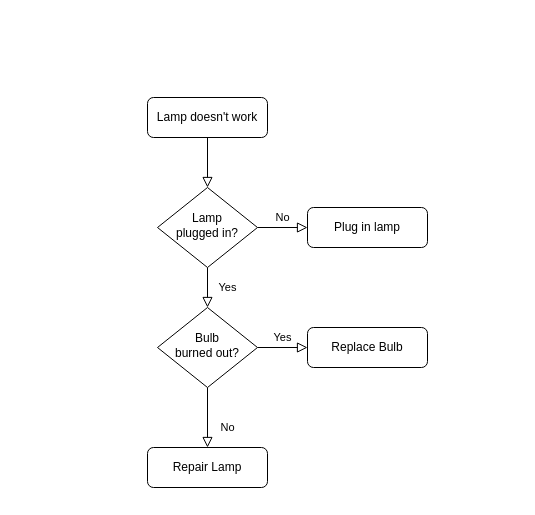
Before: Untitled Diagram.drawio in lawplus/diagrams, a draw.io diagram. Source tidied: cells renumbered, new cells numbered last; positions are measured from the earlier drawing's top-left corner, leaving out a move shared by most shapes. Both pictures are drawn from the tidied source at 100%, with x=0, y=0 at pixel (147, 97).
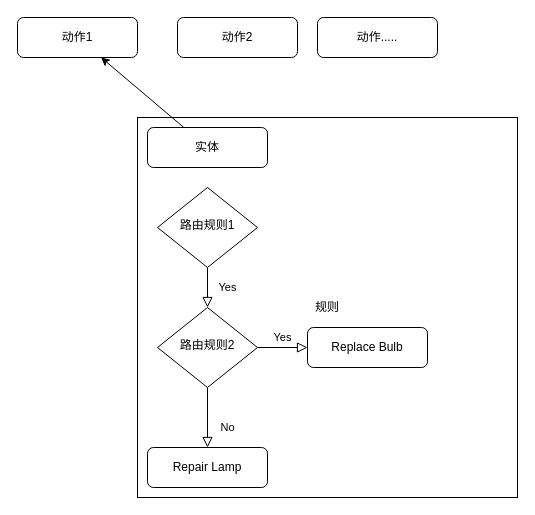
Above is the later version.

The edit, as a diff of the source:
```diff
@@
 <mxGraphModel>
   <root>
     <mxCell id="0" />
     <mxCell id="1" parent="0" />
-    <mxCell id="2" style="rounded=0;html=1;jettySize=auto;fontSize=11;endArrow=block;endFill=0;endSize=8;strokeWidth=1;shadow=0;labelBackgroundColor=none;edgeStyle=orthogonalEdgeStyle;" parent="1" edge="1" source="3" target="6">
-      <mxGeometry relative="1" as="geometry" />
-    </mxCell>
+    <mxCell id="13" value="规则" style="whiteSpace=wrap;html=1;" parent="1" vertex="1">
+      <mxGeometry x="-10" y="20" width="380" height="380" as="geometry" />
+    </mxCell>
+    <mxCell id="14" style="rounded=0;jettySize=auto;html=1;" parent="1" edge="1" source="3" target="7">
+      <mxGeometry relative="1" as="geometry" />
+    </mxCell>
-    <mxCell id="3" value="Lamp doesn't work" style="rounded=1;whiteSpace=wrap;html=1;fontSize=12;glass=0;strokeWidth=1;shadow=0;" parent="1" vertex="1">
-      <mxGeometry width="120" height="40" as="geometry" />
+    <mxCell id="3" value="实体" style="rounded=1;whiteSpace=wrap;html=1;fontSize=12;glass=0;strokeWidth=1;shadow=0;" parent="1" vertex="1">
+      <mxGeometry y="30" width="120" height="40" as="geometry" />
     </mxCell>
     <mxCell id="4" value="Yes" style="rounded=0;html=1;jettySize=auto;fontSize=11;endArrow=block;endFill=0;endSize=8;strokeWidth=1;shadow=0;labelBackgroundColor=none;edgeStyle=orthogonalEdgeStyle;" parent="1" edge="1" source="6" target="10">
       <mxGeometry y="20" relative="1" as="geometry" />
     </mxCell>
-    <mxCell id="5" value="No" style="edgeStyle=orthogonalEdgeStyle;rounded=0;html=1;jettySize=auto;fontSize=11;endArrow=block;endFill=0;endSize=8;strokeWidth=1;shadow=0;labelBackgroundColor=none;" parent="1" edge="1" source="6" target="7">
-      <mxGeometry y="10" relative="1" as="geometry" />
-    </mxCell>
-    <mxCell id="6" value="Lamp&lt;br&gt;plugged in?" style="rhombus;whiteSpace=wrap;html=1;shadow=0;fontFamily=Helvetica;fontSize=12;align=center;strokeWidth=1;spacing=6;spacingTop=-4;" parent="1" vertex="1">
+    <mxCell id="6" value="路由规则1" style="rhombus;whiteSpace=wrap;html=1;shadow=0;fontFamily=Helvetica;fontSize=12;align=center;strokeWidth=1;spacing=6;spacingTop=-4;" parent="1" vertex="1">
       <mxGeometry x="10" y="90" width="100" height="80" as="geometry" />
     </mxCell>
-    <mxCell id="7" value="Plug in lamp" style="rounded=1;whiteSpace=wrap;html=1;fontSize=12;glass=0;strokeWidth=1;shadow=0;" parent="1" vertex="1">
-      <mxGeometry x="160" y="110" width="120" height="40" as="geometry" />
+    <mxCell id="7" value="动作1" style="rounded=1;whiteSpace=wrap;html=1;fontSize=12;glass=0;strokeWidth=1;shadow=0;" parent="1" vertex="1">
+      <mxGeometry x="-130" y="-80" width="120" height="40" as="geometry" />
     </mxCell>
     <mxCell id="8" value="No" style="rounded=0;html=1;jettySize=auto;fontSize=11;endArrow=block;endFill=0;endSize=8;strokeWidth=1;shadow=0;labelBackgroundColor=none;edgeStyle=orthogonalEdgeStyle;" parent="1" edge="1" source="10" target="11">
       <mxGeometry x="0.33" y="20" relative="1" as="geometry" />
     </mxCell>
     <mxCell id="9" value="Yes" style="edgeStyle=orthogonalEdgeStyle;rounded=0;html=1;jettySize=auto;fontSize=11;endArrow=block;endFill=0;endSize=8;strokeWidth=1;shadow=0;labelBackgroundColor=none;" parent="1" edge="1" source="10" target="12">
       <mxGeometry y="10" relative="1" as="geometry" />
     </mxCell>
-    <mxCell id="10" value="Bulb&lt;br&gt;burned out?" style="rhombus;whiteSpace=wrap;html=1;shadow=0;fontFamily=Helvetica;fontSize=12;align=center;strokeWidth=1;spacing=6;spacingTop=-4;" parent="1" vertex="1">
+    <mxCell id="10" value="路由规则2" style="rhombus;whiteSpace=wrap;html=1;shadow=0;fontFamily=Helvetica;fontSize=12;align=center;strokeWidth=1;spacing=6;spacingTop=-4;" parent="1" vertex="1">
       <mxGeometry x="10" y="210" width="100" height="80" as="geometry" />
     </mxCell>
     <mxCell id="11" value="Repair Lamp" style="rounded=1;whiteSpace=wrap;html=1;fontSize=12;glass=0;strokeWidth=1;shadow=0;" parent="1" vertex="1">
       <mxGeometry y="350" width="120" height="40" as="geometry" />
     </mxCell>
     <mxCell id="12" value="Replace Bulb" style="rounded=1;whiteSpace=wrap;html=1;fontSize=12;glass=0;strokeWidth=1;shadow=0;" parent="1" vertex="1">
       <mxGeometry x="160" y="230" width="120" height="40" as="geometry" />
     </mxCell>
+    <mxCell id="15" value="动作2" style="rounded=1;whiteSpace=wrap;html=1;fontSize=12;glass=0;strokeWidth=1;shadow=0;" parent="1" vertex="1">
+      <mxGeometry x="30" y="-80" width="120" height="40" as="geometry" />
+    </mxCell>
+    <mxCell id="16" value="动作....." style="rounded=1;whiteSpace=wrap;html=1;fontSize=12;glass=0;strokeWidth=1;shadow=0;" parent="1" vertex="1">
+      <mxGeometry x="170" y="-80" width="120" height="40" as="geometry" />
+    </mxCell>
   </root>
 </mxGraphModel>
```
